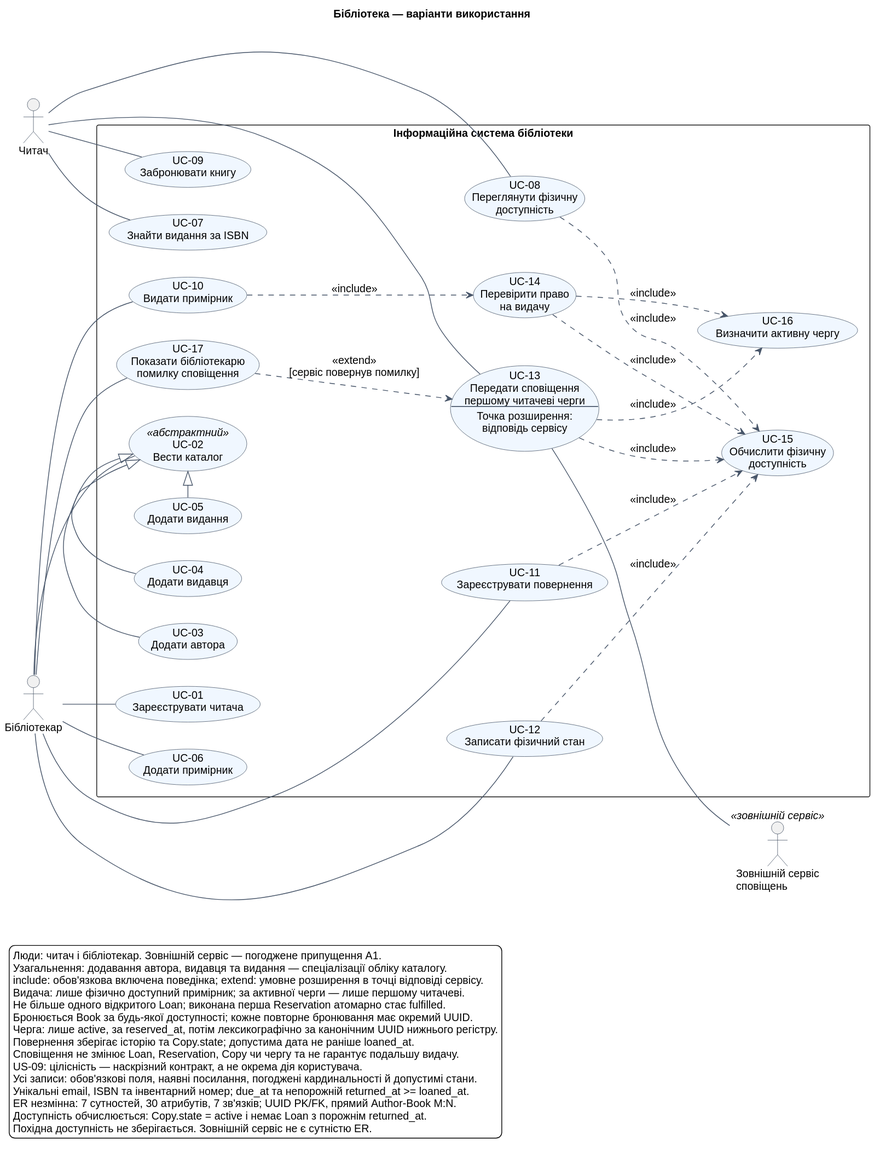
Above: lab2/diagrams/use-cases.svg in the1nurz/mavpz (PlantUML), before the change.
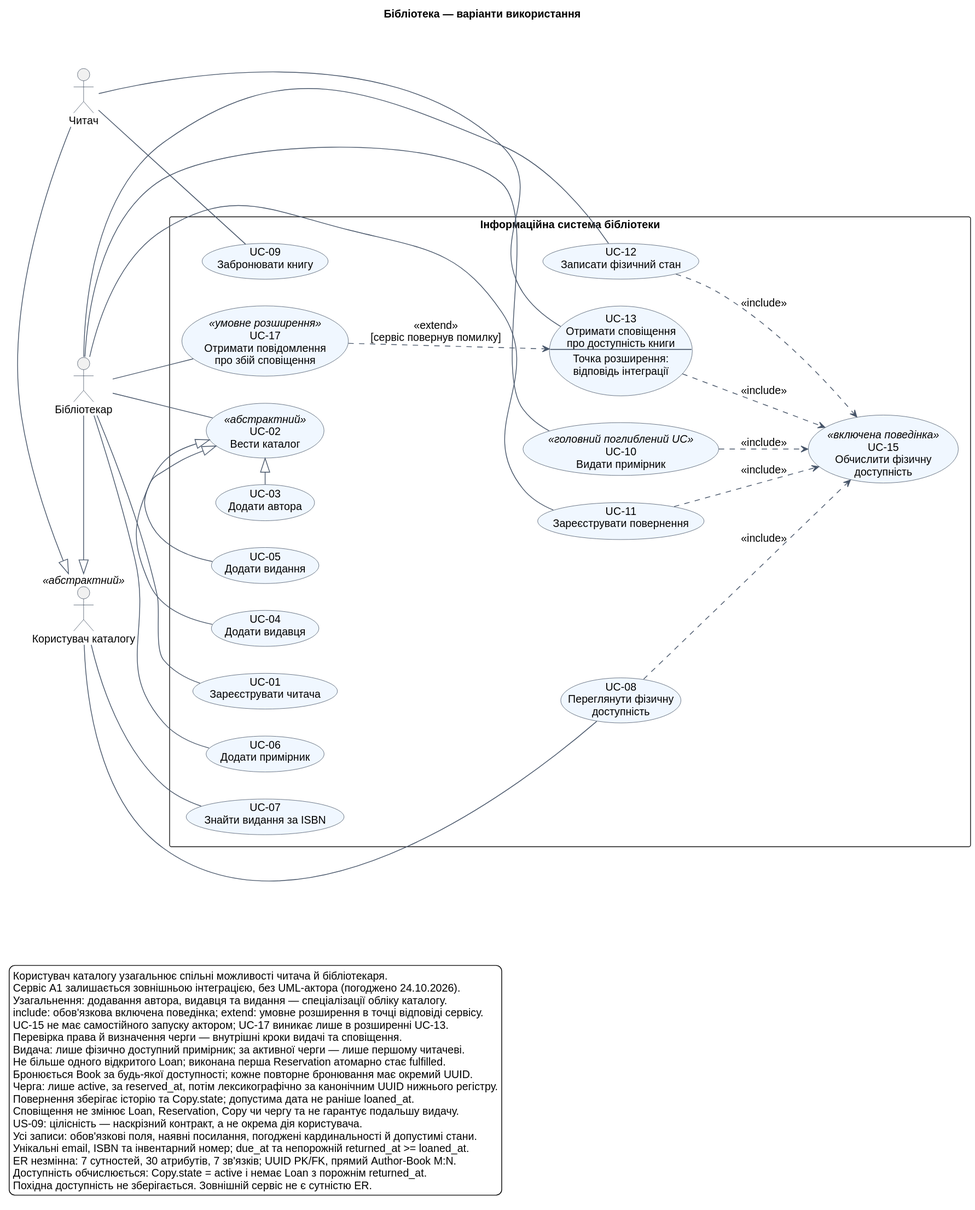
After the commit.

The edit, as a diff of the source:
```diff
@@ -17,7 +17,9 @@
 
 actor "Читач" as Reader
 actor "Бібліотекар" as Librarian
-actor "Зовнішній сервіс\nсповіщень" as Service <<зовнішній сервіс>>
+actor "Користувач каталогу" as CatalogUser <<абстрактний>>
+Reader -|> CatalogUser
+Librarian -|> CatalogUser
 
 rectangle "Інформаційна система бібліотеки" {
   usecase "UC-01\nЗареєструвати читача" as UC01
@@ -29,32 +31,27 @@
   usecase "UC-07\nЗнайти видання за ISBN" as UC07
   usecase "UC-08\nПереглянути фізичну\nдоступність" as UC08
   usecase "UC-09\nЗабронювати книгу" as UC09
-  usecase "UC-10\nВидати примірник" as UC10
+  usecase "UC-10\nВидати примірник" as UC10 <<головний поглиблений UC>>
   usecase "UC-11\nЗареєструвати повернення" as UC11
   usecase "UC-12\nЗаписати фізичний стан" as UC12
-  usecase "UC-13\nПередати сповіщення\nпершому читачеві черги\n--\nТочка розширення:\nвідповідь сервісу" as UC13
-  usecase "UC-14\nПеревірити право\nна видачу" as UC14
-  usecase "UC-15\nОбчислити фізичну\nдоступність" as UC15
-  usecase "UC-16\nВизначити активну чергу" as UC16
-  usecase "UC-17\nПоказати бібліотекарю\nпомилку сповіщення" as UC17
+  usecase "UC-13\nОтримати сповіщення\nпро доступність книги\n--\nТочка розширення:\nвідповідь інтеграції" as UC13
+  usecase "UC-15\nОбчислити фізичну\nдоступність" as UC15 <<включена поведінка>>
+  usecase "UC-17\nОтримати повідомлення\nпро збій сповіщення" as UC17 <<умовне розширення>>
 
   UC03 -|> UC02
   UC04 -|> UC02
   UC05 -|> UC02
 
   UC08 ..> UC15 : <<include>>
-  UC10 ..> UC14 : <<include>>
-  UC14 ..> UC15 : <<include>>
-  UC14 ..> UC16 : <<include>>
+  UC10 ..> UC15 : <<include>>
   UC11 ..> UC15 : <<include>>
   UC12 ..> UC15 : <<include>>
   UC13 ..> UC15 : <<include>>
-  UC13 ..> UC16 : <<include>>
   UC17 ..> UC13 : <<extend>>\n[сервіс повернув помилку]
 }
 
-Reader -- UC07
-Reader -- UC08
+CatalogUser -- UC07
+CatalogUser -- UC08
 Reader -- UC09
 Reader -- UC13
 Librarian -- UC01
@@ -64,12 +61,14 @@
 Librarian -- UC11
 Librarian -- UC12
 Librarian -- UC17
-UC13 -- Service
 
 legend bottom left
-  Люди: читач і бібліотекар. Зовнішній сервіс — погоджене припущення A1.
+  Користувач каталогу узагальнює спільні можливості читача й бібліотекаря.
+  Сервіс A1 залишається зовнішньою інтеграцією, без UML-актора (погоджено 24.10.2026).
   Узагальнення: додавання автора, видавця та видання — спеціалізації обліку каталогу.
   include: обов'язкова включена поведінка; extend: умовне розширення в точці відповіді сервісу.
+  UC-15 не має самостійного запуску актором; UC-17 виникає лише в розширенні UC-13.
+  Перевірка права й визначення черги — внутрішні кроки видачі та сповіщення.
   Видача: лише фізично доступний примірник; за активної черги — лише першому читачеві.
   Не більше одного відкритого Loan; виконана перша Reservation атомарно стає fulfilled.
   Бронюється Book за будь-якої доступності; кожне повторне бронювання має окремий UUID.
```
